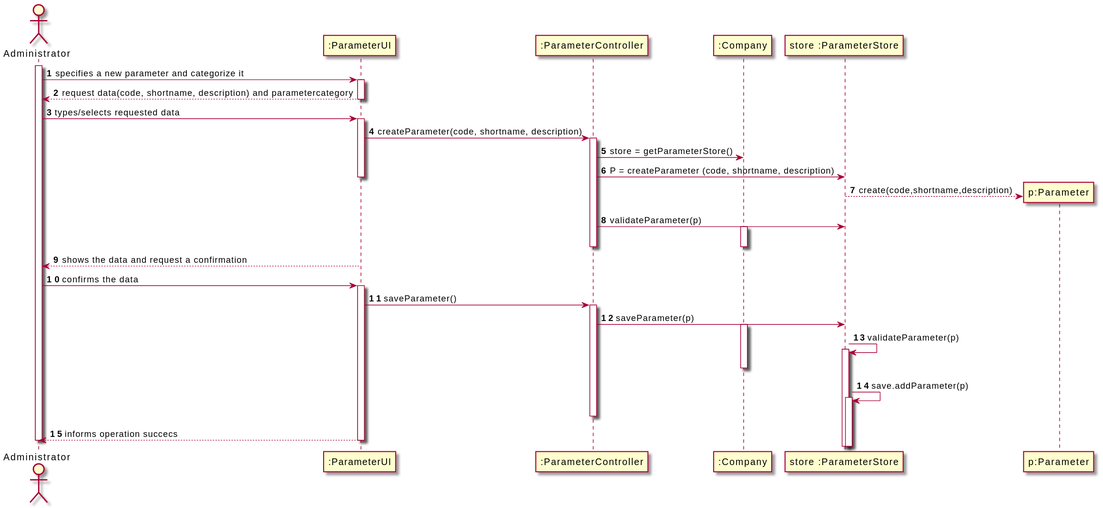
This is docs/SprintB/US_10/US10_SD.svg from RuiRioPina/LAPR2-20-21, a PlantUML export, as it was before one commit.
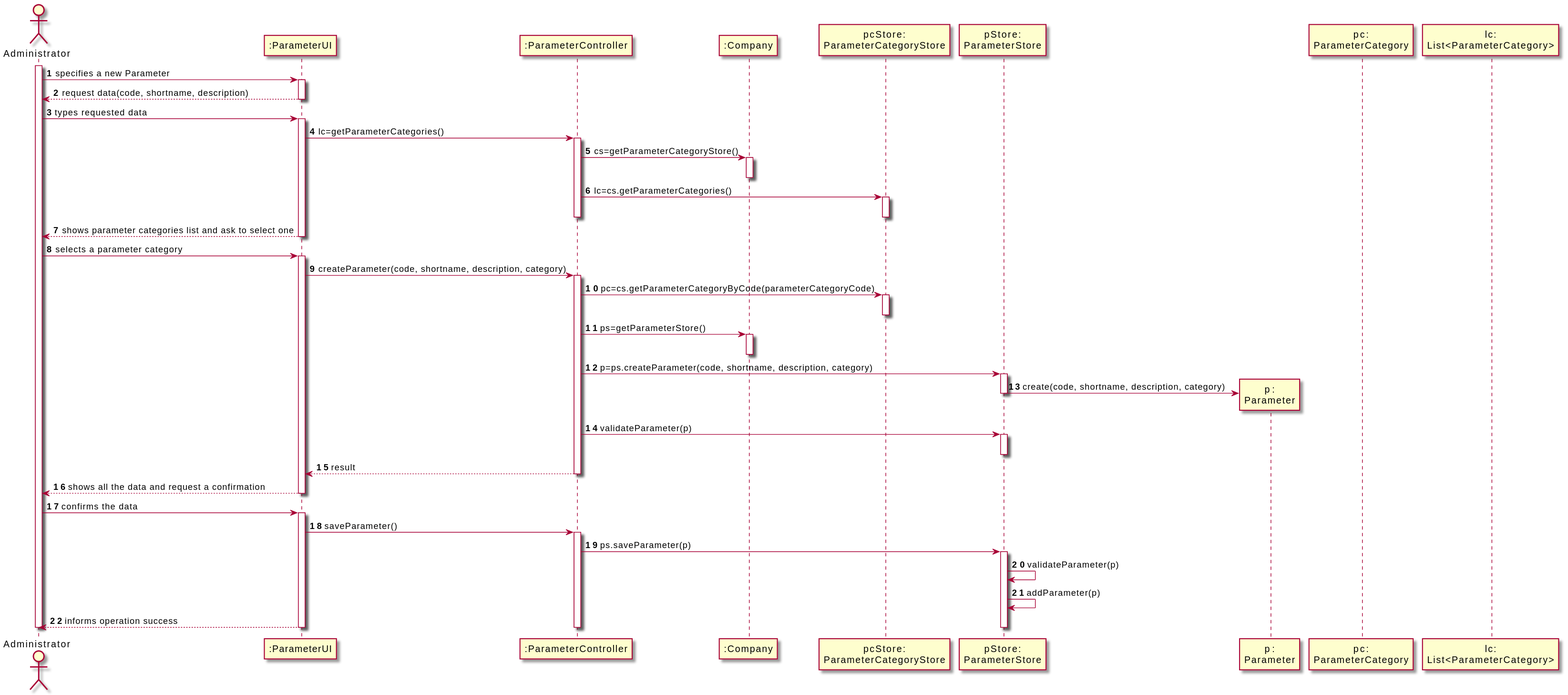
Above is the later version.

The edit, as a diff of the source:
```diff
@@ -5,49 +5,71 @@
 participant ":ParameterUI" as UI
 participant ":ParameterController" as CTRL
 participant ":Company" as CMP
-participant "store :ParameterStore" as STORE
-participant "p:Parameter" as TET
+participant "pcStore:\nParameterCategoryStore" as pcStore
+participant "pStore:\nParameterStore" as ttStore
+participant "p:\nParameter" as TET
+participant "pc:\nParameterCategory" as pc
+participant "lc:\nList<ParameterCategory>" as lc
 
 activate ADMIN
-ADMIN -> UI : specifies a new parameter and categorize it
+ADMIN -> UI : specifies a new Parameter
 activate UI
-UI --> ADMIN : request data(code, shortname, description) and parametercategory
+UI --> ADMIN : request data(code, shortname, description)
 deactivate UI
 
-ADMIN -> UI : types/selects requested data
+ADMIN -> UI : types requested data
 activate UI
-UI -> CTRL: createParameter(code, shortname, description)
+UI -> CTRL : lc=getParameterCategories()
 activate CTRL
-CTRL -> CMP : store = getParameterStore()
-deactivate CMP
-CTRL -> STORE : P = createParameter (code, shortname, description)
-deactivate
- STORE --> TET** : create(code,shortname,description)
-deactivate CMP
-CTRL -> STORE : validateParameter(p)
+CTRL -> CMP : cs=getParameterCategoryStore()
 activate CMP
 deactivate CMP
+CTRL -> pcStore : lc=cs.getParameterCategories()
+activate pcStore
+deactivate pcStore
 deactivate CTRL
 
-UI --> ADMIN : shows the data and request a confirmation
+
+UI --> ADMIN : shows parameter categories list and ask to select one
+deactivate UI
+ADMIN -> UI : selects a parameter category
+activate UI
+
+UI -> CTRL: createParameter(code, shortname, description, category)
+activate CTRL
+
+CTRL -> pcStore : pc=cs.getParameterCategoryByCode(parameterCategoryCode)
+activate pcStore
+deactivate pcStore
+
+CTRL -> CMP : ps=getParameterStore()
+activate CMP
+deactivate CMP
+CTRL -> ttStore: p=ps.createParameter(code, shortname, description, category)
+activate ttStore
+ttStore -> TET** : create(code, shortname, description, category)
+deactivate ttStore
+CTRL -> ttStore : validateParameter(p)
+activate ttStore
+deactivate ttStore
+CTRL -->  UI : result
+deactivate ttStore
+deactivate CMP
+deactivate CTRL
+UI --> ADMIN : shows all the data and request a confirmation
 deactivate UI
 
 ADMIN -> UI : confirms the data
 activate UI
-
 UI -> CTRL : saveParameter()
 activate CTRL
-
-CTRL -> STORE : saveParameter(p)
-activate CMP
-
-STORE -> STORE++ : validateParameter(p)
-CMP--
-STORE -> STORE++ : save.addParameter(p)
-CMP--
-deactivate CMP
+CTRL -> ttStore : ps.saveParameter(p)
+activate ttStore
+ttStore -> ttStore : validateParameter(p)
+ttStore -> ttStore : addParameter(p)
+UI --> ADMIN : informs operation success
+deactivate ttStore
 deactivate CTRL
-UI --> ADMIN : informs operation succecs
 deactivate UI
 
 deactivate ADMIN
```
